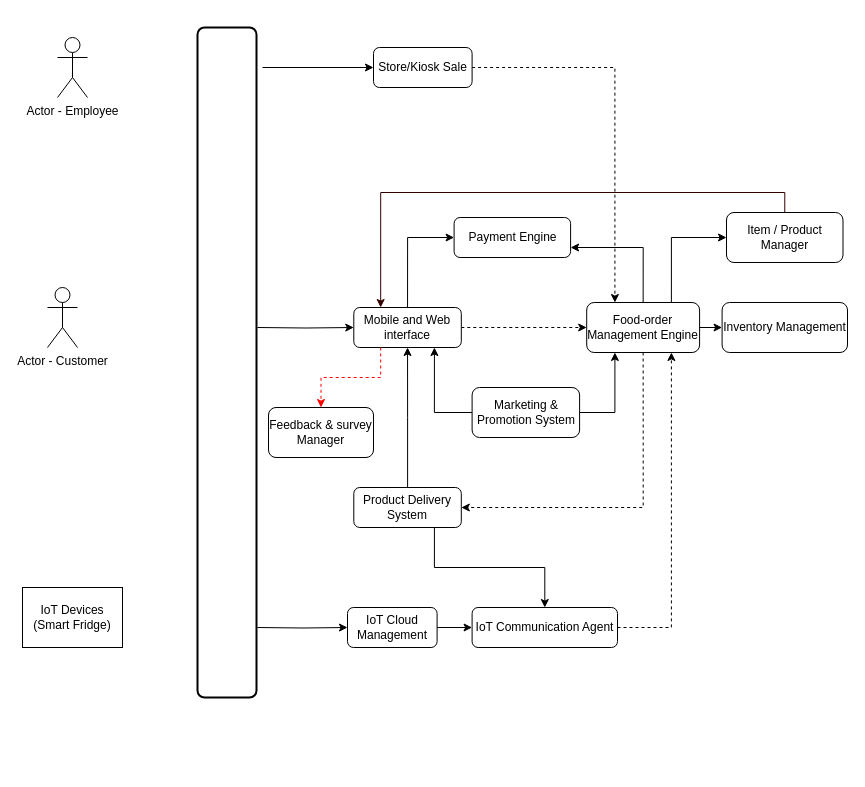
This is page "Topology High-level workflow-final" (3 of 5) of Farmacy_High_Level_Workflow.drawio from techstarskatas/sparklingstarskatas, a draw.io file, before an edit. Source tidied: cells renumbered, new cells numbered last; positions are measured from the earlier drawing's top-left corner, leaving out a move shared by most shapes. Both pictures are drawn from the tidied source at 100%, with x=0, y=0 at pixel (22, 27).
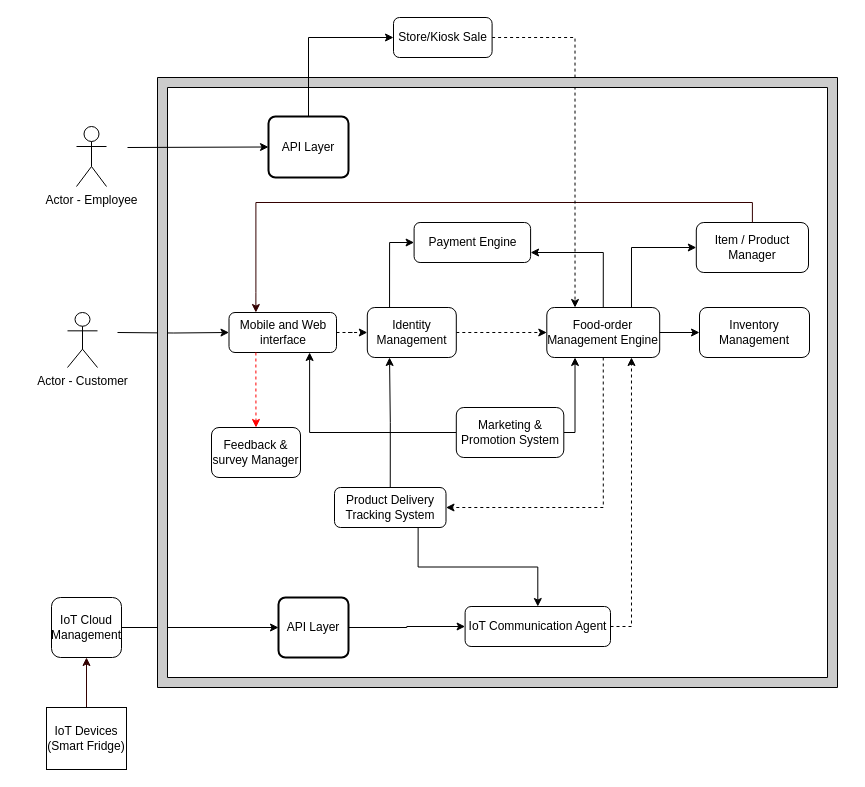
Above is the later version.

What changed in the source:
```diff
@@
     <mxCell id="2" style="edgeStyle=orthogonalEdgeStyle;rounded=0;jettySize=auto;html=1;" parent="1" edge="1" target="9">
       <mxGeometry relative="1" as="geometry">
-        <mxPoint x="235" y="300" as="sourcePoint" />
+        <mxPoint x="95" y="305" as="sourcePoint" />
       </mxGeometry>
     </mxCell>
-    <mxCell id="3" style="edgeStyle=orthogonalEdgeStyle;rounded=0;jettySize=auto;html=1;" parent="1" edge="1" target="22">
-      <mxGeometry relative="1" as="geometry">
-        <mxPoint x="235" y="600" as="sourcePoint" />
-      </mxGeometry>
-    </mxCell>
-    <mxCell id="4" style="endArrow=classic;html=1;entryX=0;entryY=0.5;entryDx=0;entryDy=0;" parent="1" edge="1" target="12">
-      <mxGeometry relative="1" as="geometry">
-        <mxPoint x="240" y="40" as="sourcePoint" />
-      </mxGeometry>
-    </mxCell>
     <mxCell id="5" value="&lt;span&gt;Food-order Management Engine &lt;/span&gt;" style="rounded=1;whiteSpace=wrap;html=1;" parent="1" vertex="1">
-      <mxGeometry x="564.2" y="275" width="112.9" height="50" as="geometry" />
+      <mxGeometry x="524.3" y="280" width="112.9" height="50" as="geometry" />
     </mxCell>
     <mxCell id="6" value="Item / Product Manager" style="rounded=1;whiteSpace=wrap;html=1;" parent="1" vertex="1">
-      <mxGeometry x="704" y="185" width="116.5" height="50" as="geometry" />
+      <mxGeometry x="673.8" y="195" width="112.2" height="50" as="geometry" />
     </mxCell>
     <mxCell id="7" style="edgeStyle=orthogonalEdgeStyle;rounded=0;jettySize=auto;html=1;exitX=0.75;exitY=0;exitDx=0;exitDy=0;entryX=0;entryY=0.5;entryDx=0;entryDy=0;" parent="1" edge="1" source="5" target="6">
-      <mxGeometry x="330" y="260" as="geometry" />
+      <mxGeometry x="290" y="265" as="geometry" />
     </mxCell>
-    <mxCell id="8" style="edgeStyle=orthogonalEdgeStyle;rounded=0;jettySize=auto;html=1;dashed=1;" parent="1" edge="1" source="9" target="5">
-      <mxGeometry x="330" y="260" as="geometry" />
+    <mxCell id="8" style="edgeStyle=orthogonalEdgeStyle;rounded=0;jettySize=auto;html=1;dashed=1;" parent="1" edge="1" source="43" target="5">
+      <mxGeometry x="290" y="265" as="geometry" />
     </mxCell>
     <mxCell id="9" value="&lt;p&gt;&lt;span&gt;&lt;span&gt;&lt;/span&gt;&lt;/span&gt;&lt;span&gt;Mobile and Web interface&lt;/span&gt;&lt;/p&gt;" style="rounded=1;whiteSpace=wrap;html=1;" parent="1" vertex="1">
-      <mxGeometry x="331.3" y="280" width="107.5" height="40" as="geometry" />
+      <mxGeometry x="206.5" y="285" width="107.5" height="40" as="geometry" />
     </mxCell>
     <mxCell id="10" style="edgeStyle=orthogonalEdgeStyle;rounded=0;jettySize=auto;html=1;exitX=0.5;exitY=0;exitDx=0;exitDy=0;entryX=0.25;entryY=0;entryDx=0;entryDy=0;strokeColor=#330000;" parent="1" edge="1" source="6" target="9">
-      <mxGeometry x="330" y="260" as="geometry" />
+      <mxGeometry x="290" y="265" as="geometry" />
     </mxCell>
@@
     <mxCell id="12" value="&lt;p&gt;&lt;span&gt;Store/Kiosk Sale&lt;/span&gt;&lt;/p&gt;" style="rounded=1;whiteSpace=wrap;html=1;" parent="1" vertex="1">
-      <mxGeometry x="351" y="20" width="98.6" height="40" as="geometry" />
+      <mxGeometry x="371" y="-10" width="98.6" height="40" as="geometry" />
     </mxCell>
     <mxCell id="13" value="&lt;p&gt;&lt;span&gt;Payment Engine&lt;/span&gt;&lt;/p&gt;" style="rounded=1;whiteSpace=wrap;html=1;" parent="1" vertex="1">
-      <mxGeometry x="431.6" y="190" width="116.5" height="40" as="geometry" />
+      <mxGeometry x="391.6" y="195" width="116.5" height="40" as="geometry" />
     </mxCell>
     <mxCell id="14" style="edgeStyle=orthogonalEdgeStyle;rounded=0;jettySize=auto;html=1;exitX=0.5;exitY=0;exitDx=0;exitDy=0;entryX=1;entryY=0.75;entryDx=0;entryDy=0;" parent="1" edge="1" source="5" target="13">
-      <mxGeometry x="330" y="260" as="geometry" />
+      <mxGeometry x="290" y="265" as="geometry" />
     </mxCell>
-    <mxCell id="15" style="edgeStyle=orthogonalEdgeStyle;rounded=0;jettySize=auto;html=1;exitX=0.5;exitY=0;exitDx=0;exitDy=0;entryX=0;entryY=0.5;entryDx=0;entryDy=0;" parent="1" edge="1" source="9" target="13">
-      <mxGeometry x="330" y="260" as="geometry" />
+    <mxCell id="15" style="edgeStyle=orthogonalEdgeStyle;rounded=0;jettySize=auto;html=1;exitX=0.25;exitY=0;exitDx=0;exitDy=0;entryX=0;entryY=0.5;entryDx=0;entryDy=0;" parent="1" edge="1" source="43" target="13">
+      <mxGeometry x="290" y="265" as="geometry" />
     </mxCell>
     <mxCell id="16" style="edgeStyle=orthogonalEdgeStyle;rounded=0;jettySize=auto;html=1;exitX=1;exitY=0.5;exitDx=0;exitDy=0;entryX=0.75;entryY=1;entryDx=0;entryDy=0;dashed=1;" parent="1" edge="1" source="17" target="5">
-      <mxGeometry x="330" y="260" as="geometry" />
+      <mxGeometry x="341" y="260" as="geometry" />
     </mxCell>
     <mxCell id="17" value="&lt;p&gt;&lt;span&gt;IoT Communication Agent&lt;/span&gt;&lt;/p&gt;" style="rounded=1;whiteSpace=wrap;html=1;" parent="1" vertex="1">
-      <mxGeometry x="449.6" y="580" width="145.4" height="40" as="geometry" />
+      <mxGeometry x="442.6" y="579" width="145.4" height="40" as="geometry" />
     </mxCell>
     <mxCell id="18" style="edgeStyle=orthogonalEdgeStyle;rounded=0;jettySize=auto;html=1;exitX=1;exitY=0.5;exitDx=0;exitDy=0;entryX=0.25;entryY=1;entryDx=0;entryDy=0;" parent="1" edge="1" source="20" target="5">
-      <mxGeometry x="330" y="260" as="geometry" />
+      <mxGeometry x="290" y="265" as="geometry">
+        <Array as="points">
+          <mxPoint x="552" y="405" />
+        </Array>
+      </mxGeometry>
     </mxCell>
     <mxCell id="19" style="edgeStyle=orthogonalEdgeStyle;rounded=0;jettySize=auto;html=1;exitX=0;exitY=0.5;exitDx=0;exitDy=0;entryX=0.75;entryY=1;entryDx=0;entryDy=0;" parent="1" edge="1" source="20" target="9">
-      <mxGeometry x="330" y="260" as="geometry" />
+      <mxGeometry x="290" y="265" as="geometry" />
     </mxCell>
     <mxCell id="20" value="Marketing &amp;amp; Promotion System" style="rounded=1;whiteSpace=wrap;html=1;" parent="1" vertex="1">
-      <mxGeometry x="449.6" y="360" width="107.5" height="50" as="geometry" />
+      <mxGeometry x="433.8" y="380" width="107.5" height="50" as="geometry" />
     </mxCell>
-    <mxCell id="21" style="edgeStyle=orthogonalEdgeStyle;rounded=0;jettySize=auto;html=1;exitX=1;exitY=0.5;exitDx=0;exitDy=0;entryX=0;entryY=0.5;entryDx=0;entryDy=0;" parent="1" edge="1" source="22" target="17">
+    <mxCell id="21" style="edgeStyle=orthogonalEdgeStyle;rounded=0;jettySize=auto;html=1;exitX=1;exitY=0.5;exitDx=0;exitDy=0;entryX=0;entryY=0.5;entryDx=0;entryDy=0;" parent="1" edge="1" source="22" target="38">
       <mxGeometry x="330" y="260" as="geometry" />
     </mxCell>
     <mxCell id="22" value="&lt;p&gt;&lt;span&gt;IoT Cloud Management&lt;/span&gt;&lt;/p&gt;" style="rounded=1;whiteSpace=wrap;html=1;" parent="1" vertex="1">
-      <mxGeometry x="325" y="580" width="89.6" height="40" as="geometry" />
+      <mxGeometry x="29" y="570" width="70" height="60" as="geometry" />
     </mxCell>
     <mxCell id="23" value="Inventory Management" style="rounded=1;whiteSpace=wrap;html=1;" parent="1" vertex="1">
-      <mxGeometry x="699.6" y="275" width="125.4" height="50" as="geometry" />
+      <mxGeometry x="677" y="280" width="110" height="50" as="geometry" />
     </mxCell>
     <mxCell id="24" style="edgeStyle=orthogonalEdgeStyle;rounded=0;orthogonalLoop=1;jettySize=auto;html=1;exitX=0.5;exitY=1;exitDx=0;exitDy=0;" parent="1" edge="1">
-      <mxGeometry x="330" y="260" as="geometry">
-        <mxPoint x="642.2" y="100" as="sourcePoint" />
-        <mxPoint x="642.2" y="100" as="targetPoint" />
+      <mxGeometry x="341" y="260" as="geometry">
+        <mxPoint x="653.2" y="100" as="sourcePoint" />
+        <mxPoint x="653.2" y="100" as="targetPoint" />
       </mxGeometry>
     </mxCell>
     <mxCell id="25" style="endArrow=classic;html=1;exitX=1;exitY=0.5;exitDx=0;exitDy=0;entryX=0;entryY=0.5;entryDx=0;entryDy=0;" parent="1" edge="1" source="5" target="23">
-      <mxGeometry x="330" y="260" as="geometry" />
+      <mxGeometry x="290" y="265" as="geometry" />
     </mxCell>
-    <mxCell id="26" style="edgeStyle=orthogonalEdgeStyle;rounded=0;jettySize=auto;html=1;entryX=0.5;entryY=1;entryDx=0;entryDy=0;" parent="1" edge="1" source="28" target="9">
-      <mxGeometry x="330" y="260" as="geometry" />
+    <mxCell id="26" style="edgeStyle=orthogonalEdgeStyle;rounded=0;jettySize=auto;html=1;entryX=0.25;entryY=1;entryDx=0;entryDy=0;exitX=0.5;exitY=0;exitDx=0;exitDy=0;" parent="1" edge="1" source="28" target="43">
+      <mxGeometry x="290" y="265" as="geometry" />
     </mxCell>
     <mxCell id="27" style="edgeStyle=orthogonalEdgeStyle;rounded=0;jettySize=auto;html=1;exitX=0.75;exitY=1;exitDx=0;exitDy=0;entryX=0.5;entryY=0;entryDx=0;entryDy=0;" parent="1" edge="1" source="28" target="17">
-      <mxGeometry x="330" y="260" as="geometry" />
+      <mxGeometry x="341" y="260" as="geometry" />
     </mxCell>
-    <mxCell id="28" value="Product Delivery System" style="rounded=1;whiteSpace=wrap;html=1;" parent="1" vertex="1">
-      <mxGeometry x="331.3" y="460" width="107.5" height="40" as="geometry" />
+    <mxCell id="28" value="Product Delivery Tracking System" style="rounded=1;whiteSpace=wrap;html=1;" parent="1" vertex="1">
+      <mxGeometry x="312" y="460" width="111.5" height="40" as="geometry" />
     </mxCell>
     <mxCell id="29" style="edgeStyle=orthogonalEdgeStyle;rounded=0;jettySize=auto;html=1;exitX=0.5;exitY=1;exitDx=0;exitDy=0;entryX=1;entryY=0.5;entryDx=0;entryDy=0;dashed=1;" parent="1" edge="1" source="5" target="28">
-      <mxGeometry x="330" y="260" as="geometry" />
+      <mxGeometry x="290" y="265" as="geometry" />
     </mxCell>
     <mxCell id="30" value="Feedback &amp;amp; survey Manager" style="rounded=1;whiteSpace=wrap;html=1;" parent="1" vertex="1">
-      <mxGeometry x="246" y="380" width="105" height="50" as="geometry" />
+      <mxGeometry x="189" y="400" width="89" height="50" as="geometry" />
     </mxCell>
     <mxCell id="31" style="edgeStyle=orthogonalEdgeStyle;rounded=0;jettySize=auto;html=1;exitX=0.25;exitY=1;exitDx=0;exitDy=0;entryX=0.5;entryY=0;entryDx=0;entryDy=0;dashed=1;strokeColor=#FF0000;" parent="1" edge="1" source="9" target="30">
-      <mxGeometry x="330" y="260" as="geometry" />
+      <mxGeometry x="290" y="265" as="geometry" />
     </mxCell>
     <mxCell id="32" value="Actor - Customer" style="shape=umlActor;verticalLabelPosition=bottom;verticalAlign=top;html=1;" parent="1" vertex="1">
-      <mxGeometry x="25" y="260" width="30" height="60" as="geometry" />
+      <mxGeometry x="45" y="285" width="30" height="55" as="geometry" />
     </mxCell>
     <mxCell id="33" value="Actor - Employee" style="shape=umlActor;verticalLabelPosition=bottom;verticalAlign=top;html=1;" parent="1" vertex="1">
-      <mxGeometry x="35" y="10" width="30" height="60" as="geometry" />
+      <mxGeometry x="54" y="99" width="30" height="60" as="geometry" />
     </mxCell>
+    <mxCell id="36" style="edgeStyle=orthogonalEdgeStyle;rounded=0;jettySize=auto;html=1;strokeColor=#330000;entryX=0.5;entryY=1;entryDx=0;entryDy=0;" parent="1" edge="1" source="34" target="22">
+      <mxGeometry relative="1" as="geometry" />
+    </mxCell>
     <mxCell id="34" value="&lt;div&gt;IoT Devices&lt;/div&gt;&lt;div&gt;(Smart Fridge)&lt;br&gt;&lt;/div&gt;" style="rounded=0;whiteSpace=wrap;html=1;" parent="1" vertex="1">
-      <mxGeometry y="560" width="100" height="60" as="geometry" />
+      <mxGeometry x="24" y="680" width="80" height="62" as="geometry" />
     </mxCell>
-    <mxCell id="35" style="rounded=1;whiteSpace=wrap;html=1;absoluteArcSize=1;arcSize=14;strokeWidth=2;" parent="1" vertex="1">
-      <mxGeometry x="175" width="59" height="670" as="geometry" />
-    </mxCell>
+    <mxCell id="37" style="edgeStyle=orthogonalEdgeStyle;rounded=0;jettySize=auto;html=1;" parent="1" edge="1" source="38" target="17">
+      <mxGeometry relative="1" as="geometry" />
+    </mxCell>
+    <mxCell id="38" value="API Layer" style="rounded=1;whiteSpace=wrap;html=1;absoluteArcSize=1;arcSize=14;strokeWidth=2;" parent="1" vertex="1">
+      <mxGeometry x="256" y="570" width="70" height="60" as="geometry" />
+    </mxCell>
+    <mxCell id="39" style="verticalLabelPosition=bottom;verticalAlign=top;html=1;shape=mxgraph.basic.frame;dx=10;fillColor=#CCCCCC;" parent="1" vertex="1">
+      <mxGeometry x="135" y="50" width="680" height="610" as="geometry" />
+    </mxCell>
+    <mxCell id="40" style="edgeStyle=orthogonalEdgeStyle;rounded=0;jettySize=auto;html=1;exitX=0.5;exitY=0;exitDx=0;exitDy=0;entryX=0;entryY=0.5;entryDx=0;entryDy=0;" parent="1" edge="1" source="41" target="12">
+      <mxGeometry relative="1" as="geometry" />
+    </mxCell>
+    <mxCell id="41" value="API Layer" style="rounded=1;whiteSpace=wrap;html=1;absoluteArcSize=1;arcSize=14;strokeWidth=2;" parent="1" vertex="1">
+      <mxGeometry x="246" y="89" width="80" height="61" as="geometry" />
+    </mxCell>
+    <mxCell id="42" style="endArrow=classic;html=1;entryX=0;entryY=0.5;entryDx=0;entryDy=0;" parent="1" edge="1" target="41">
+      <mxGeometry relative="1" as="geometry">
+        <mxPoint x="105" y="120" as="sourcePoint" />
+      </mxGeometry>
+    </mxCell>
+    <mxCell id="43" value="Identity Management" style="rounded=1;whiteSpace=wrap;html=1;" parent="1" vertex="1">
+      <mxGeometry x="344.8" y="280" width="89" height="50" as="geometry" />
+    </mxCell>
+    <mxCell id="44" style="edgeStyle=orthogonalEdgeStyle;rounded=0;jettySize=auto;html=1;dashed=1;" parent="1" edge="1" source="9" target="43">
+      <mxGeometry x="290" y="265" as="geometry" />
+    </mxCell>
```
